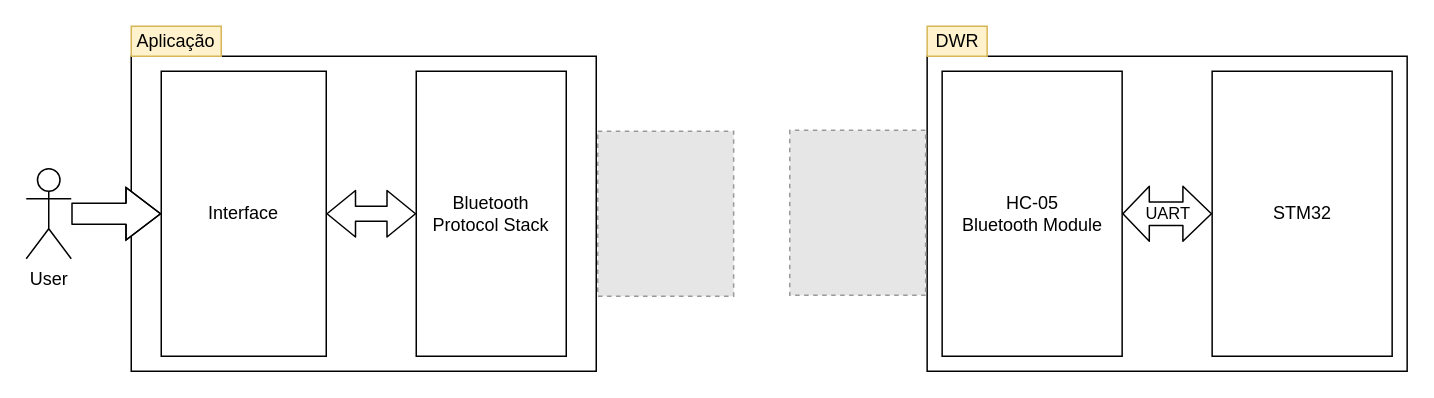
Above: 03Flowcharts/Bluetooth.drawio in LPI-2020/DWR-19 (draw.io), before the change. Source tidied: cells renumbered, new cells numbered last; positions are measured from the earlier drawing's top-left corner, leaving out a move shared by most shapes. Both pictures are drawn from the tidied source at 150%, with x=0, y=0 at pixel (26, 26). Pictures stored in the file or linked from it are replaced by grey dashed boxes.
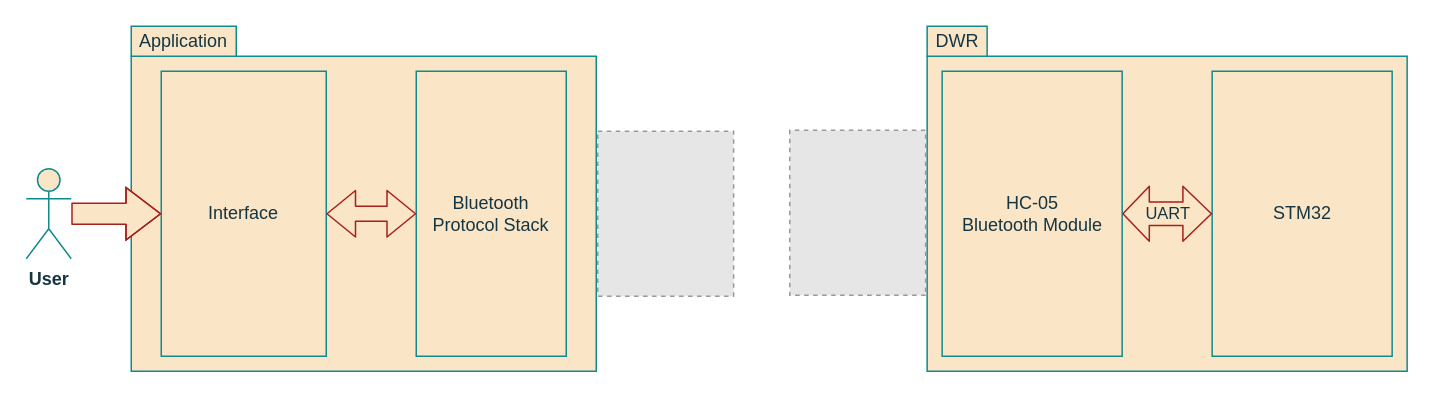
After the change.

What changed in the source:
```diff
@@
-<mxGraphModel>
+<mxGraphModel background="#FFFFFF">
   <root>
     <mxCell id="0" />
     <mxCell id="1" parent="0" />
-    <mxCell id="2" style="rounded=0;whiteSpace=wrap;html=1;labelPosition=left;verticalLabelPosition=top;align=right;verticalAlign=bottom;spacingTop=0;spacingRight=0;spacingLeft=0;" parent="1" vertex="1">
+    <mxCell id="2" style="rounded=0;whiteSpace=wrap;html=1;labelPosition=left;verticalLabelPosition=top;align=right;verticalAlign=bottom;spacingTop=0;spacingRight=0;spacingLeft=0;strokeColor=#0F8B8D;fillColor=#FAE5C7;fontColor=#143642;" parent="1" vertex="1">
       <mxGeometry x="70" y="20" width="310" height="210" as="geometry" />
     </mxCell>
-    <mxCell id="3" value="Interface" style="rounded=0;whiteSpace=wrap;html=1;" parent="1" vertex="1">
+    <mxCell id="3" value="Interface" style="rounded=0;whiteSpace=wrap;html=1;fillColor=#FAE5C7;strokeColor=#0F8B8D;fontColor=#143642;" parent="1" vertex="1">
       <mxGeometry x="90" y="30" width="110" height="190" as="geometry" />
     </mxCell>
-    <mxCell id="4" style="rounded=0;whiteSpace=wrap;html=1;" parent="1" vertex="1">
+    <mxCell id="4" style="rounded=0;whiteSpace=wrap;html=1;strokeColor=#0F8B8D;fillColor=#FAE5C7;fontColor=#143642;" parent="1" vertex="1">
       <mxGeometry x="600.6" y="20" width="320" height="210" as="geometry" />
     </mxCell>
-    <mxCell id="5" value="HC-05&lt;br&gt;Bluetooth Module" style="rounded=0;whiteSpace=wrap;html=1;" parent="1" vertex="1">
+    <mxCell id="5" value="HC-05&lt;br&gt;Bluetooth Module" style="rounded=0;whiteSpace=wrap;html=1;fillColor=#FAE5C7;strokeColor=#0F8B8D;fontColor=#143642;" parent="1" vertex="1">
       <mxGeometry x="610.6" y="30" width="120" height="190" as="geometry" />
     </mxCell>
-    <mxCell id="6" value="STM32" style="rounded=0;whiteSpace=wrap;html=1;" parent="1" vertex="1">
+    <mxCell id="6" value="STM32" style="rounded=0;whiteSpace=wrap;html=1;fillColor=#FAE5C7;strokeColor=#0F8B8D;fontColor=#143642;" parent="1" vertex="1">
       <mxGeometry x="790.6" y="30" width="120" height="190" as="geometry" />
     </mxCell>
-    <mxCell id="7" value="&lt;span&gt;Bluetooth Protocol Stack&lt;/span&gt;" style="rounded=0;whiteSpace=wrap;html=1;" parent="1" vertex="1">
+    <mxCell id="7" value="&lt;span&gt;Bluetooth Protocol Stack&lt;/span&gt;" style="rounded=0;whiteSpace=wrap;html=1;fillColor=#FAE5C7;strokeColor=#0F8B8D;fontColor=#143642;" parent="1" vertex="1">
       <mxGeometry x="260" y="30" width="100" height="190" as="geometry" />
     </mxCell>
-    <mxCell id="8" value="UART" style="shape=flexArrow;endArrow=classic;startArrow=classic;html=1;exitX=1;exitY=0.5;exitDx=0;exitDy=0;entryX=0;entryY=0.5;entryDx=0;entryDy=0;width=15.6;startSize=5.532;" parent="1" edge="1" source="5" target="6">
+    <mxCell id="8" value="UART" style="shape=flexArrow;endArrow=classic;startArrow=classic;html=1;exitX=1;exitY=0.5;exitDx=0;exitDy=0;entryX=0;entryY=0.5;entryDx=0;entryDy=0;width=15.6;startSize=5.532;labelBackgroundColor=none;fillColor=#FAE5C7;strokeColor=#A8201A;fontColor=#143642;" parent="1" edge="1" source="5" target="6">
       <mxGeometry relative="1" as="geometry" />
     </mxCell>
-    <mxCell id="9" style="fillColor=#E6E6E6;strokeColor=#999999;dashed=1;verticalLabelPosition=bottom;labelBackgroundColor=#ffffff;verticalAlign=top;" parent="1" vertex="1">
+    <mxCell id="9" style="fillColor=#E6E6E6;strokeColor=#999999;dashed=1;verticalLabelPosition=bottom;verticalAlign=top;fontColor=#143642;labelBackgroundColor=#DAD2D8;" parent="1" vertex="1">
       <mxGeometry x="381" y="70" width="90.6" height="110" as="geometry" />
     </mxCell>
-    <mxCell id="10" style="fillColor=#E6E6E6;strokeColor=#999999;dashed=1;verticalLabelPosition=bottom;labelBackgroundColor=#ffffff;verticalAlign=top;rotation=-180;" parent="1" vertex="1">
+    <mxCell id="10" style="fillColor=#E6E6E6;strokeColor=#999999;dashed=1;verticalLabelPosition=bottom;verticalAlign=top;rotation=-180;fontColor=#143642;labelBackgroundColor=#DAD2D8;" parent="1" vertex="1">
       <mxGeometry x="509" y="69.4" width="90.6" height="110" as="geometry" />
     </mxCell>
-    <mxCell id="11" value="User" style="shape=umlActor;verticalLabelPosition=bottom;verticalAlign=top;html=1;" parent="1" vertex="1">
+    <mxCell id="11" value="User" style="shape=umlActor;verticalLabelPosition=bottom;verticalAlign=top;html=1;fontStyle=1;fillColor=#FAE5C7;strokeColor=#0F8B8D;fontColor=#143642;" parent="1" vertex="1">
       <mxGeometry y="95" width="30" height="60" as="geometry" />
     </mxCell>
-    <mxCell id="12" style="shape=flexArrow;endArrow=classic;html=1;fillColor=#FFFFFF;width=14;endSize=7.33;" parent="1" edge="1" source="11" target="3">
+    <mxCell id="12" style="shape=flexArrow;endArrow=classic;html=1;fillColor=#FAE5C7;width=14;endSize=7.33;strokeColor=#A8201A;fontColor=#143642;labelBackgroundColor=#DAD2D8;" parent="1" edge="1" source="11" target="3">
       <mxGeometry relative="1" as="geometry">
         <Array as="points">
           <mxPoint x="40" y="125" />
         </Array>
       </mxGeometry>
     </mxCell>
-    <mxCell id="13" value="Aplicação" style="text;html=1;strokeColor=#d6b656;fillColor=#fff2cc;align=center;verticalAlign=middle;whiteSpace=wrap;rounded=0;" parent="1" vertex="1">
-      <mxGeometry x="70" width="60" height="20" as="geometry" />
+    <mxCell id="13" value="Application" style="text;html=1;strokeColor=#0F8B8D;fillColor=#FAE5C7;align=center;verticalAlign=middle;whiteSpace=wrap;rounded=0;fontColor=#143642;" parent="1" vertex="1">
+      <mxGeometry x="70" width="70" height="20" as="geometry" />
     </mxCell>
-    <mxCell id="14" value="DWR" style="text;html=1;strokeColor=#d6b656;fillColor=#fff2cc;align=center;verticalAlign=middle;whiteSpace=wrap;rounded=0;" parent="1" vertex="1">
+    <mxCell id="14" value="DWR" style="text;html=1;strokeColor=#0F8B8D;fillColor=#FAE5C7;align=center;verticalAlign=middle;whiteSpace=wrap;rounded=0;fontColor=#143642;" parent="1" vertex="1">
       <mxGeometry x="600.6" width="40" height="20" as="geometry" />
     </mxCell>
-    <mxCell id="15" style="shape=flexArrow;endArrow=classic;startArrow=classic;html=1;exitX=1;exitY=0.5;exitDx=0;exitDy=0;" parent="1" edge="1" source="3" target="7">
+    <mxCell id="15" style="shape=flexArrow;endArrow=classic;startArrow=classic;html=1;exitX=1;exitY=0.5;exitDx=0;exitDy=0;fillColor=#FAE5C7;strokeColor=#A8201A;fontColor=#143642;labelBackgroundColor=#DAD2D8;" parent="1" edge="1" source="3" target="7">
       <mxGeometry relative="1" as="geometry" />
     </mxCell>
   </root>
 </mxGraphModel>
```
